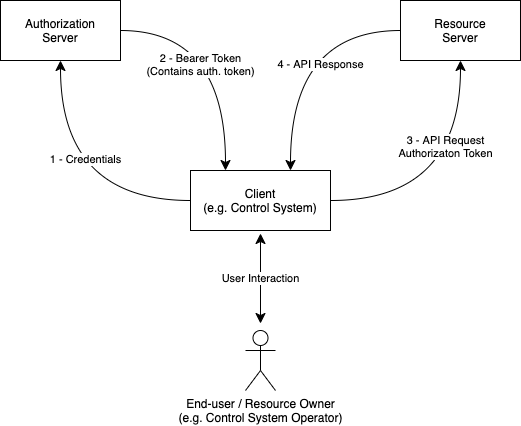
Before: docs/images/nmos_sec_3.png, a diagram exported from draw.io (AMWA-TV/is-10). Source tidied: cells renumbered, new cells last; positions are measured from the earlier drawing's top-left corner, leaving out a move shared by most shapes. Its diagram source:
```xml
<mxGraphModel>
  <root>
    <mxCell id="0" />
    <mxCell id="1" parent="0" />
    <mxCell id="2" value="End-user / Resource Owner&lt;br&gt;(e.g. Control System Operator)" style="shape=umlActor;verticalLabelPosition=bottom;verticalAlign=top;html=1;" parent="1" vertex="1">
      <mxGeometry x="245" y="330" width="30" height="60" as="geometry" />
    </mxCell>
    <mxCell id="3" value="Resource&lt;br&gt;Server" style="rounded=0;whiteSpace=wrap;html=1;" parent="1" vertex="1">
      <mxGeometry x="400" width="120" height="60" as="geometry" />
    </mxCell>
    <mxCell id="4" value="Authorization&lt;br&gt;Server" style="rounded=0;whiteSpace=wrap;html=1;" parent="1" vertex="1">
      <mxGeometry width="120" height="60" as="geometry" />
    </mxCell>
    <mxCell id="5" value="Client&lt;br&gt;(e.g. Control System)" style="rounded=0;whiteSpace=wrap;html=1;" parent="1" vertex="1">
      <mxGeometry x="190" y="170" width="140" height="60" as="geometry" />
    </mxCell>
    <mxCell id="6" style="curved=1;endArrow=classic;html=1;entryX=0.5;entryY=1;entryDx=0;entryDy=0;exitX=0;exitY=0.5;exitDx=0;exitDy=0;edgeStyle=orthogonalEdgeStyle;endSize=8;" parent="1" edge="1" source="5" target="4">
      <mxGeometry relative="1" as="geometry" />
    </mxCell>
    <mxCell id="7" value="1 - Credentials" style="edgeLabel;html=1;align=center;verticalAlign=middle;" parent="6" vertex="1">
      <mxGeometry x="-0.21" y="-42" relative="1" as="geometry" />
    </mxCell>
    <mxCell id="8" style="curved=1;endArrow=classic;html=1;exitX=1;exitY=0.5;exitDx=0;exitDy=0;entryX=0.25;entryY=0;entryDx=0;entryDy=0;edgeStyle=orthogonalEdgeStyle;endSize=8;" parent="1" edge="1" source="4" target="5">
      <mxGeometry relative="1" as="geometry" />
    </mxCell>
    <mxCell id="9" value="2 - Bearer Token&lt;br&gt;(Contains auth. token)" style="edgeLabel;html=1;align=center;verticalAlign=middle;" parent="8" vertex="1">
      <mxGeometry x="-0.36" y="-33" relative="1" as="geometry" />
    </mxCell>
    <mxCell id="10" style="curved=1;endArrow=classic;html=1;exitX=0;exitY=0.5;exitDx=0;exitDy=0;edgeStyle=orthogonalEdgeStyle;strokeWidth=1;endSize=8;" parent="1" edge="1" source="3">
      <mxGeometry relative="1" as="geometry">
        <mxPoint x="290" y="170" as="targetPoint" />
      </mxGeometry>
    </mxCell>
    <mxCell id="11" value="4 - API Response" style="edgeLabel;html=1;align=center;verticalAlign=middle;" parent="10" vertex="1">
      <mxGeometry x="-0.35" y="33" relative="1" as="geometry" />
    </mxCell>
    <mxCell id="12" style="curved=1;endArrow=classic;html=1;exitX=1;exitY=0.5;exitDx=0;exitDy=0;edgeStyle=orthogonalEdgeStyle;endSize=8;" parent="1" edge="1" source="5" target="3">
      <mxGeometry relative="1" as="geometry" />
    </mxCell>
    <mxCell id="13" value="3 - API Request&lt;br&gt;Authorizaton Token" style="edgeLabel;html=1;align=center;verticalAlign=middle;" parent="12" vertex="1">
      <mxGeometry x="0.37" y="16" relative="1" as="geometry" />
    </mxCell>
    <mxCell id="14" value="User Interaction" style="endArrow=classic;startArrow=classic;html=1;strokeWidth=1;entryX=0.5;entryY=1;entryDx=0;entryDy=0;endSize=8;startSize=8;" parent="1" edge="1">
      <mxGeometry relative="1" as="geometry">
        <mxPoint x="260" y="323" as="sourcePoint" />
        <mxPoint x="260" y="233" as="targetPoint" />
      </mxGeometry>
    </mxCell>
  </root>
</mxGraphModel>
```
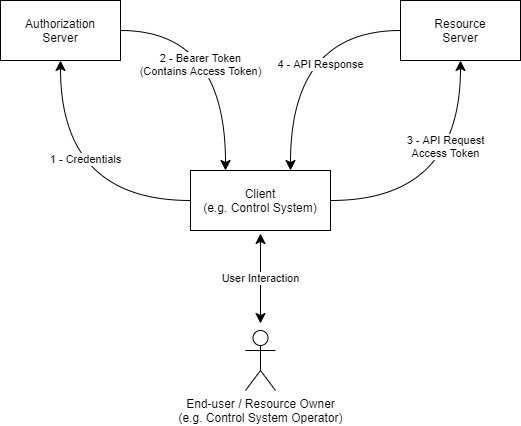
Above is the later version.

Commit message:
docs: clean up terminology authorization token->access token (#85)

The edit, as a diff of the source:
```diff
@@ -23,7 +23,7 @@
     <mxCell id="8" style="curved=1;endArrow=classic;html=1;exitX=1;exitY=0.5;exitDx=0;exitDy=0;entryX=0.25;entryY=0;entryDx=0;entryDy=0;edgeStyle=orthogonalEdgeStyle;endSize=8;" parent="1" edge="1" source="4" target="5">
       <mxGeometry relative="1" as="geometry" />
     </mxCell>
-    <mxCell id="9" value="2 - Bearer Token&lt;br&gt;(Contains auth. token)" style="edgeLabel;html=1;align=center;verticalAlign=middle;" parent="8" vertex="1">
+    <mxCell id="9" value="2 - Bearer Token&lt;br&gt;(Contains Access Token)" style="edgeLabel;html=1;align=center;verticalAlign=middle;" parent="8" vertex="1">
       <mxGeometry x="-0.36" y="-33" relative="1" as="geometry" />
     </mxCell>
     <mxCell id="10" style="curved=1;endArrow=classic;html=1;exitX=0;exitY=0.5;exitDx=0;exitDy=0;edgeStyle=orthogonalEdgeStyle;strokeWidth=1;endSize=8;" parent="1" edge="1" source="3">
@@ -37,7 +37,7 @@
     <mxCell id="12" style="curved=1;endArrow=classic;html=1;exitX=1;exitY=0.5;exitDx=0;exitDy=0;edgeStyle=orthogonalEdgeStyle;endSize=8;" parent="1" edge="1" source="5" target="3">
       <mxGeometry relative="1" as="geometry" />
     </mxCell>
-    <mxCell id="13" value="3 - API Request&lt;br&gt;Authorizaton Token" style="edgeLabel;html=1;align=center;verticalAlign=middle;" parent="12" vertex="1">
+    <mxCell id="13" value="3 - API Request&lt;br&gt;Access Token" style="edgeLabel;html=1;align=center;verticalAlign=middle;" parent="12" vertex="1">
       <mxGeometry x="0.37" y="16" relative="1" as="geometry" />
     </mxCell>
     <mxCell id="14" value="User Interaction" style="endArrow=classic;startArrow=classic;html=1;strokeWidth=1;entryX=0.5;entryY=1;entryDx=0;entryDy=0;endSize=8;startSize=8;" parent="1" edge="1">
```
